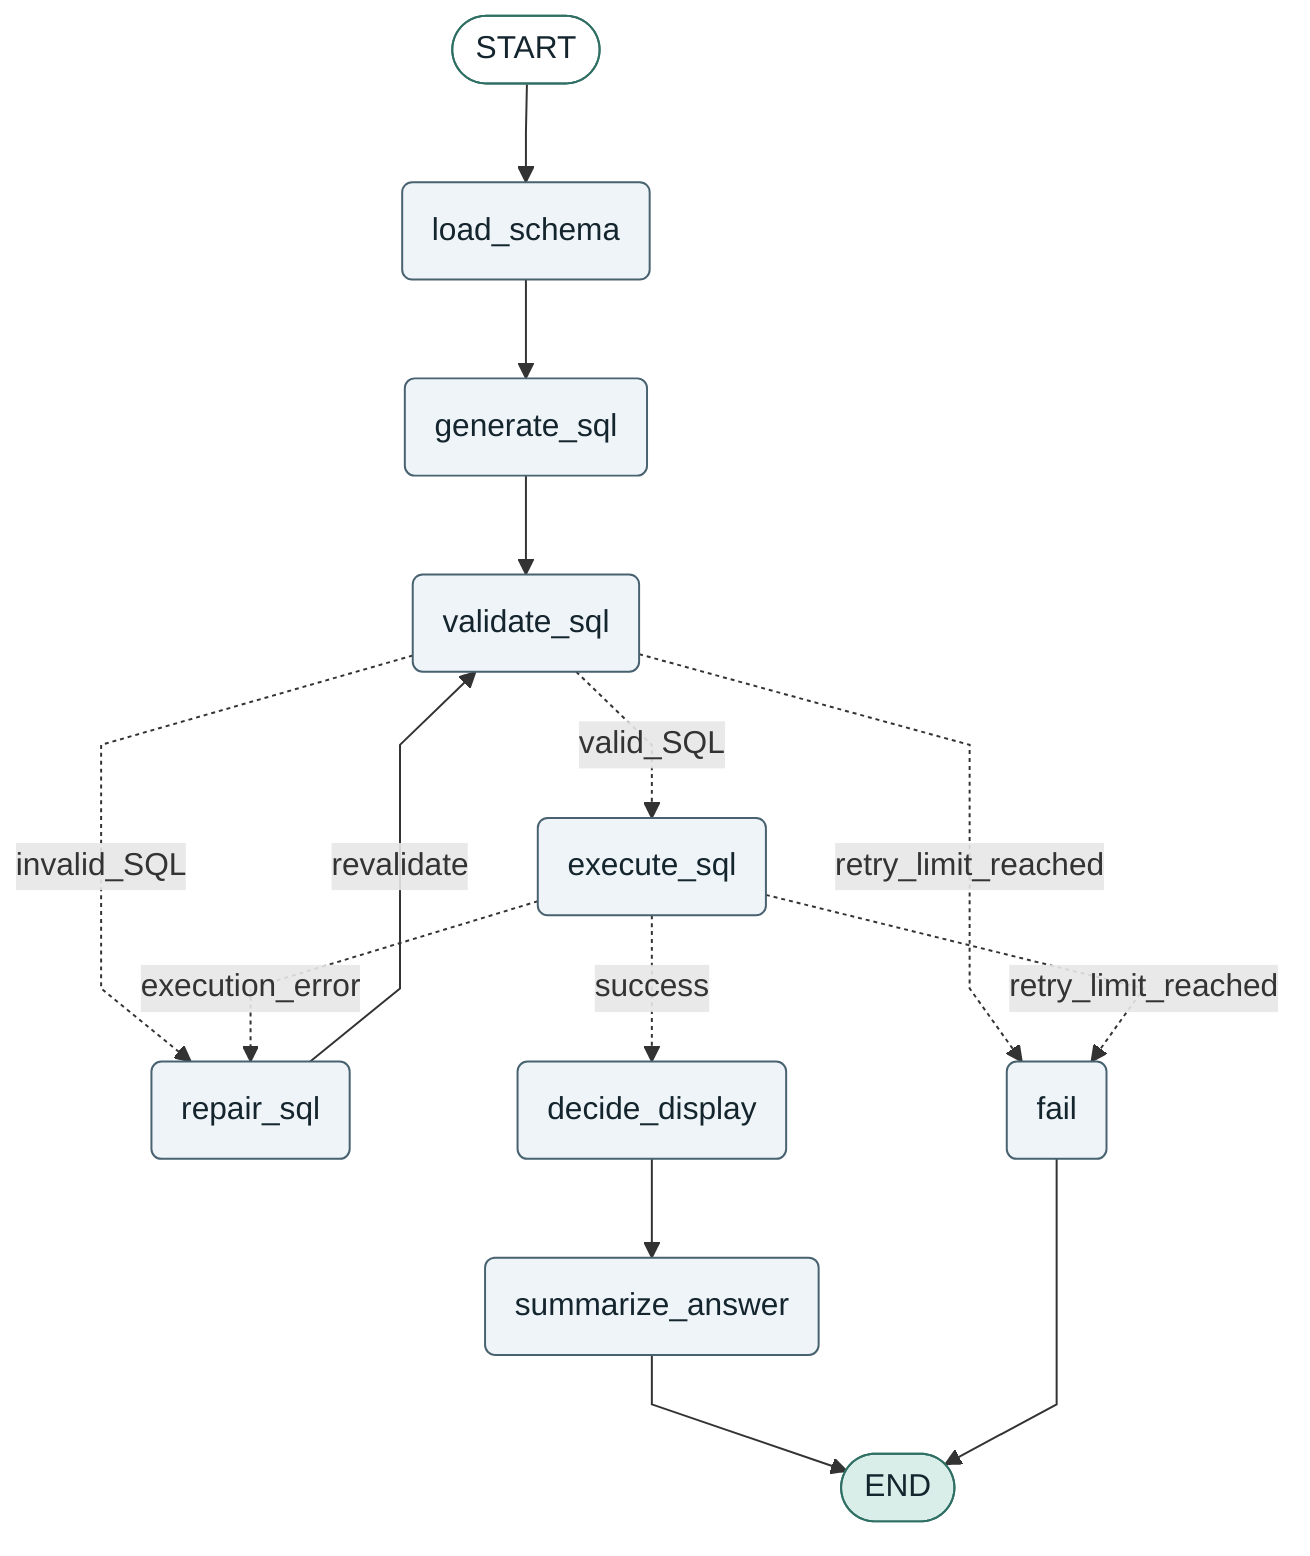
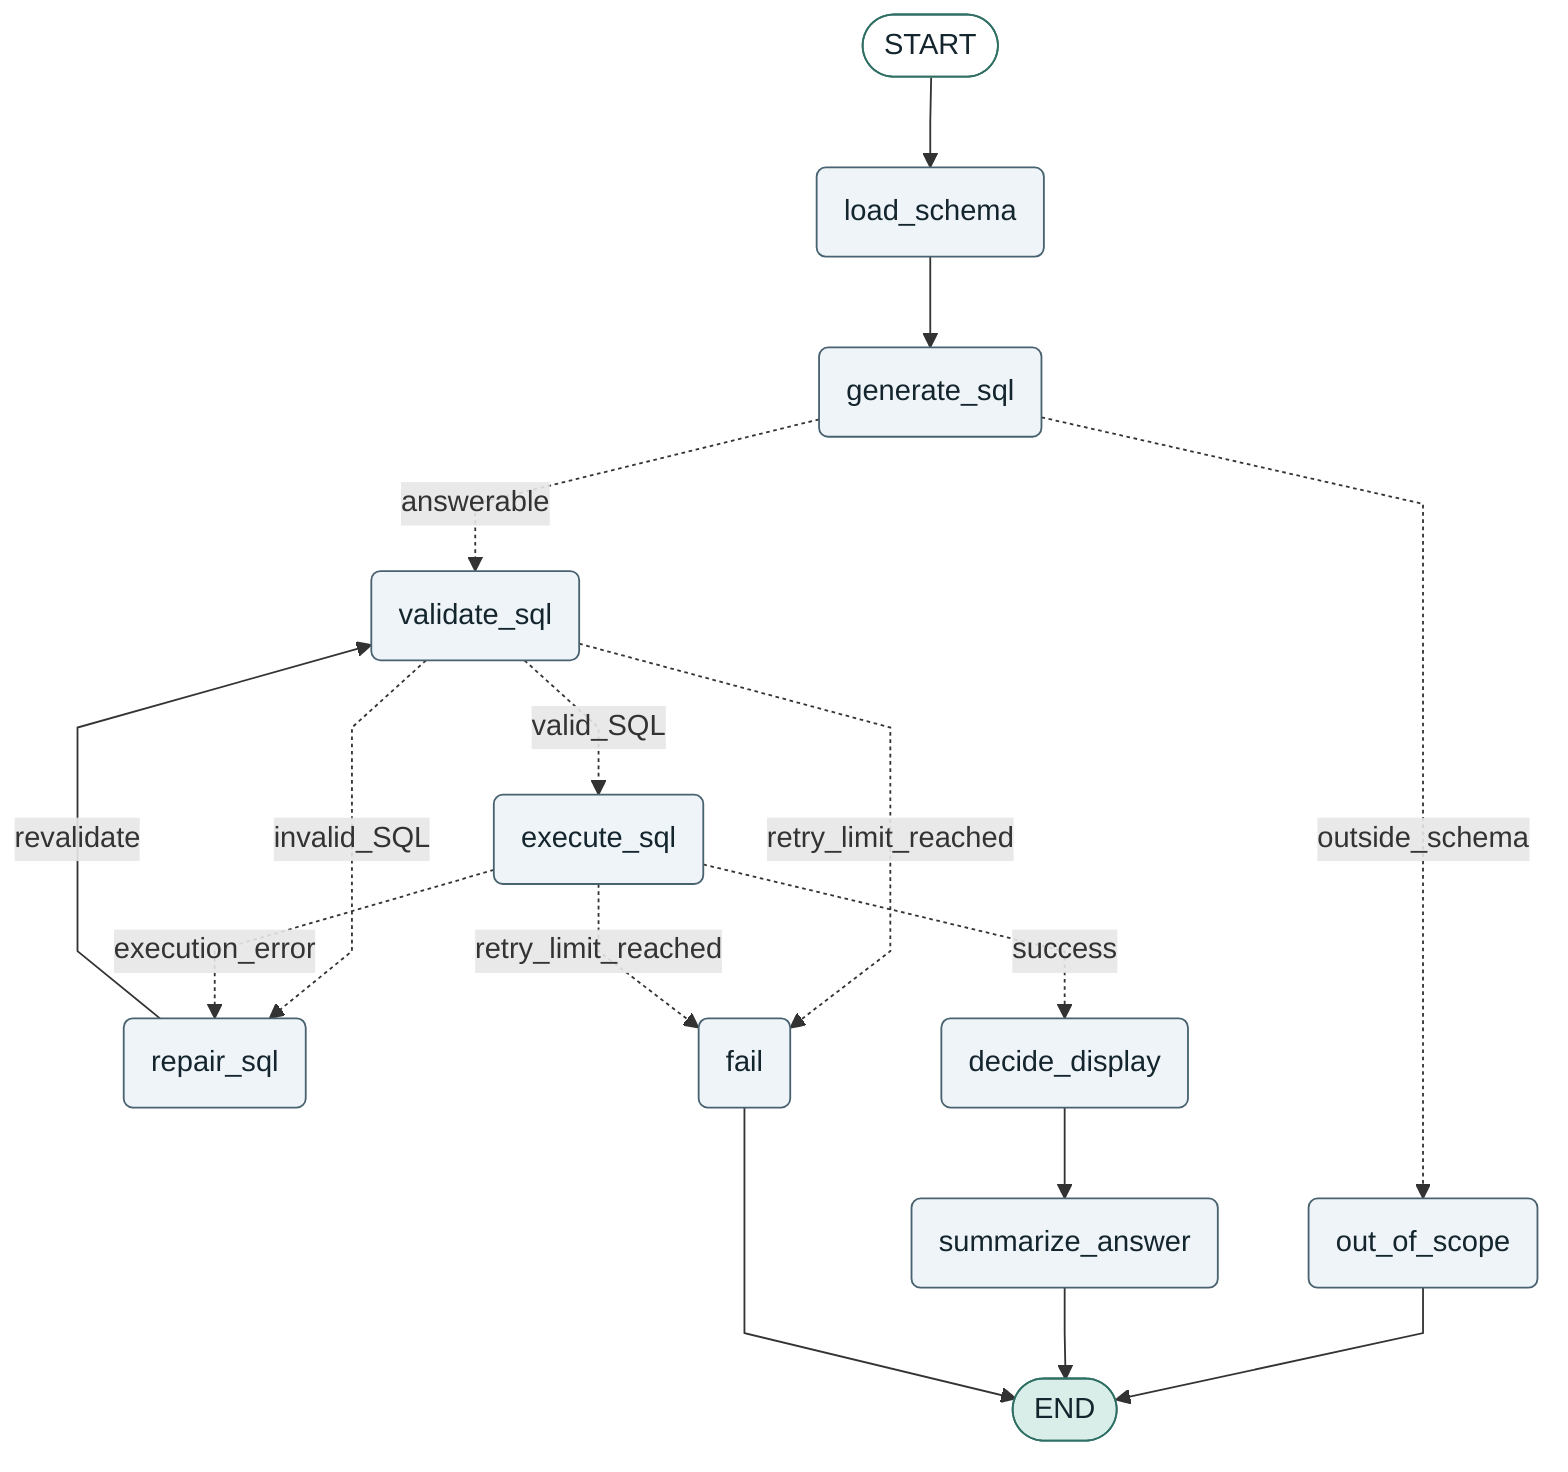
---
config:
  flowchart:
    curve: linear
---
graph TD;
    __start__([START]):::first
    load_schema(load_schema)
    generate_sql(generate_sql)
+     out_of_scope(out_of_scope)
    validate_sql(validate_sql)
    repair_sql(repair_sql)
    execute_sql(execute_sql)
    decide_display(decide_display)
    summarize_answer(summarize_answer)
    fail(fail)
    __end__([END]):::last
    __start__ --> load_schema;
    load_schema --> generate_sql;
-     generate_sql --> validate_sql;
+     generate_sql -. answerable .-> validate_sql;
+     generate_sql -. outside_schema .-> out_of_scope;
+     out_of_scope --> __end__;
    validate_sql -. valid_SQL .-> execute_sql;
    validate_sql -. invalid_SQL .-> repair_sql;
    validate_sql -. retry_limit_reached .-> fail;
    repair_sql -->|revalidate| validate_sql;
    execute_sql -. success .-> decide_display;
    execute_sql -. execution_error .-> repair_sql;
    execute_sql -. retry_limit_reached .-> fail;
    decide_display --> summarize_answer;
    summarize_answer --> __end__;
    fail --> __end__;
    classDef default fill:#eef4f8,stroke:#486270,color:#14252e,line-height:1.2
    classDef first fill:#ffffff,stroke:#2f6f64,color:#14252e
    classDef last fill:#d9eee8,stroke:#2f6f64,color:#14252e
